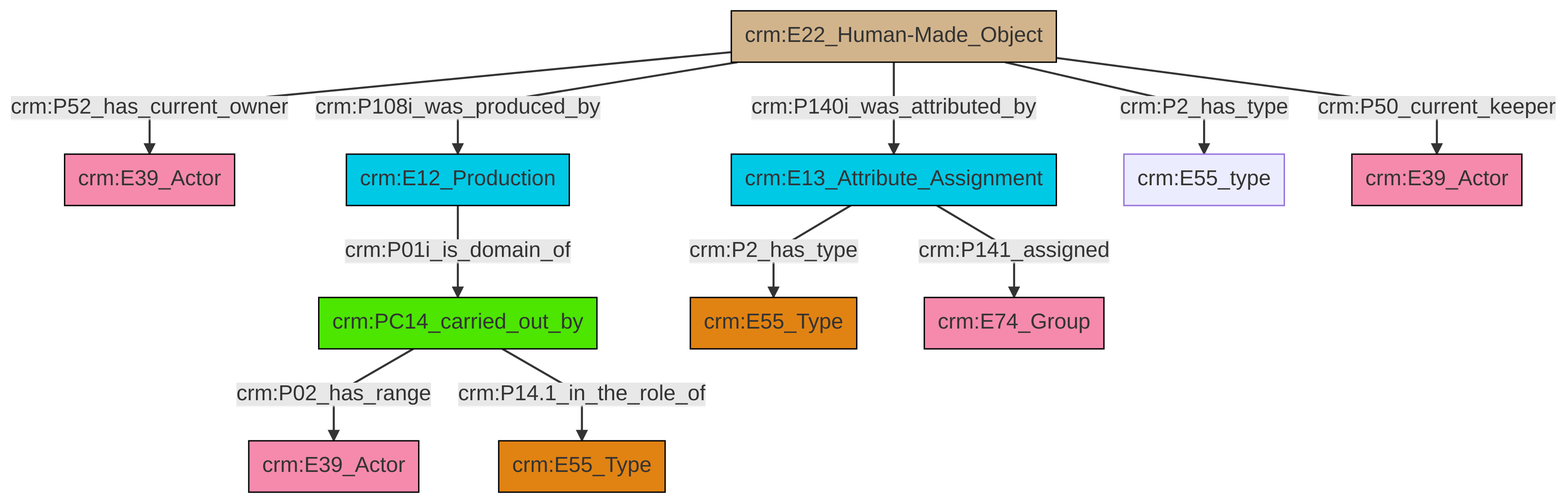
Earlier version of the Mermaid export et/artworkCSV/ttl/mmd/png/Artwork_Actor_Relations.png (swiss-art-research-net/docs.swissartresearch). Its source is kept beside it as et/artworkCSV/ttl/mmd/Artwork_Actor_Relations.ttl.mmd.
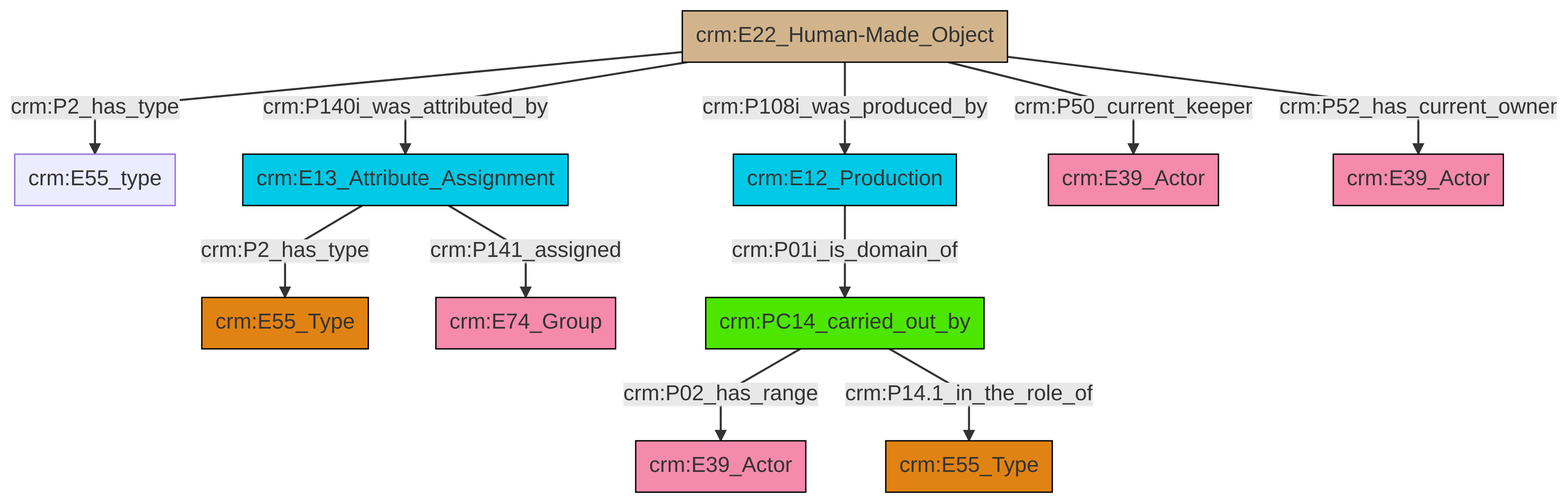
After the change.

The edit, as a diff of the source:
```diff
@@ -13,13 +13,13 @@
 classDef PC_Classes fill:#4ce600, stroke:#000000;
 classDef Multi fill:#cccccc,stroke:#000000;
 
-2["crm:E22_Human-Made_Object"]:::Physical_Thing -->|crm:P108i_was_produced_by| 3["crm:E12_Production"]:::Temporal_Entity
-3["crm:E12_Production"]:::Temporal_Entity -->|crm:P01i_is_domain_of| 7["crm:PC14_carried_out_by"]:::PC_Classes
-4["crm:E13_Attribute_Assignment"]:::Temporal_Entity -->|crm:P141_assigned| 13["crm:E74_Group"]:::Actor
-2["crm:E22_Human-Made_Object"]:::Physical_Thing -->|crm:P50_current_keeper| 18["crm:E39_Actor"]:::Actor
-7["crm:PC14_carried_out_by"]:::PC_Classes -->|crm:P02_has_range| 8["crm:E39_Actor"]:::Actor
-2["crm:E22_Human-Made_Object"]:::Physical_Thing -->|crm:P2_has_type| 16["crm:E55_type"]:::Default
-4["crm:E13_Attribute_Assignment"]:::Temporal_Entity -->|crm:P2_has_type| 11["crm:E55_Type"]:::Type
-7["crm:PC14_carried_out_by"]:::PC_Classes -->|crm:P14.1_in_the_role_of| 14["crm:E55_Type"]:::Type
-2["crm:E22_Human-Made_Object"]:::Physical_Thing -->|crm:P140i_was_attributed_by| 4["crm:E13_Attribute_Assignment"]:::Temporal_Entity
-2["crm:E22_Human-Made_Object"]:::Physical_Thing -->|crm:P52_has_current_owner| 0["crm:E39_Actor"]:::Actor
+0["crm:E13_Attribute_Assignment"]:::Temporal_Entity -->|crm:P2_has_type| 1["crm:E55_Type"]:::Type
+2["crm:E22_Human-Made_Object"]:::Physical_Thing -->|crm:P2_has_type| 3["crm:E55_type"]:::Default
+2["crm:E22_Human-Made_Object"]:::Physical_Thing -->|crm:P140i_was_attributed_by| 0["crm:E13_Attribute_Assignment"]:::Temporal_Entity
+4["crm:PC14_carried_out_by"]:::PC_Classes -->|crm:P02_has_range| 8["crm:E39_Actor"]:::Actor
+2["crm:E22_Human-Made_Object"]:::Physical_Thing -->|crm:P108i_was_produced_by| 12["crm:E12_Production"]:::Temporal_Entity
+2["crm:E22_Human-Made_Object"]:::Physical_Thing -->|crm:P50_current_keeper| 6["crm:E39_Actor"]:::Actor
+0["crm:E13_Attribute_Assignment"]:::Temporal_Entity -->|crm:P141_assigned| 15["crm:E74_Group"]:::Actor
+4["crm:PC14_carried_out_by"]:::PC_Classes -->|crm:P14.1_in_the_role_of| 10["crm:E55_Type"]:::Type
+12["crm:E12_Production"]:::Temporal_Entity -->|crm:P01i_is_domain_of| 4["crm:PC14_carried_out_by"]:::PC_Classes
+2["crm:E22_Human-Made_Object"]:::Physical_Thing -->|crm:P52_has_current_owner| 21["crm:E39_Actor"]:::Actor
```
